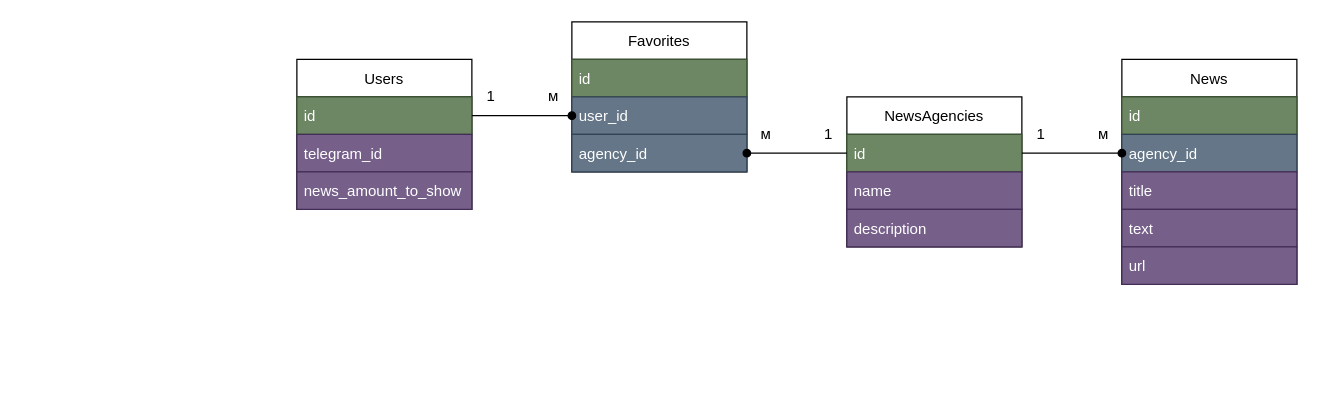
Lockerio/BreakingNews_TelegramBot keeps this draw.io diagram as diagram/db_prototype.drawio. Above is the earlier version. Source tidied: cells renumbered, new cells numbered last; positions are measured from the earlier drawing's top-left corner, leaving out a move shared by most shapes. Both pictures are drawn from the tidied source at 125%, with x=0, y=0 at pixel (296, 21).
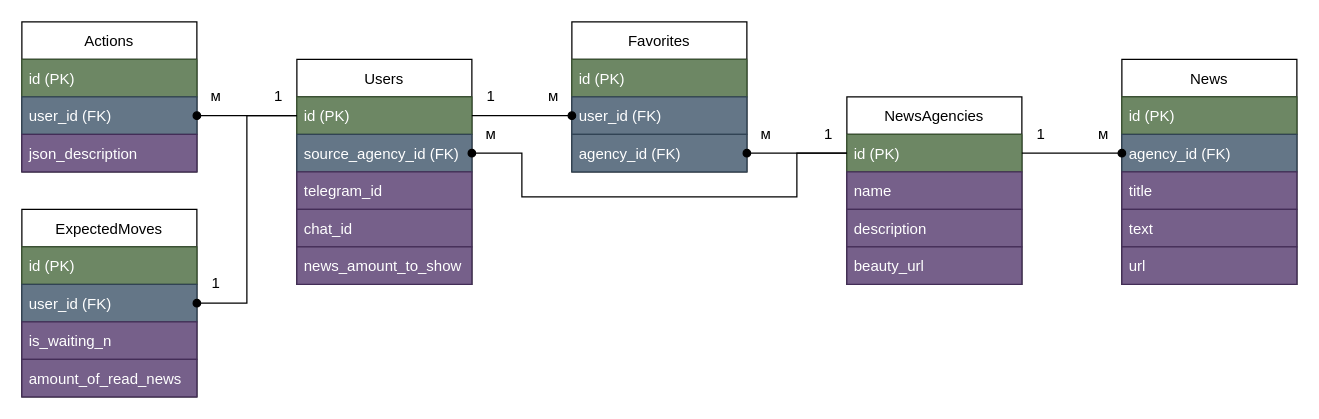
The same diagram, later.

The change refers to these unchanged cells:
```xml
<mxCell id="10" value="Favorites" style="swimlane;fontStyle=0;horizontal=1;startSize=30;" parent="1" vertex="1">
  <mxGeometry x="220" width="140" height="120" as="geometry" />
</mxCell>
<mxCell id="14" value="News" style="swimlane;fontStyle=0;horizontal=1;startSize=30;" parent="1" vertex="1">
  <mxGeometry x="660" y="30" width="140" height="180" as="geometry" />
</mxCell>
```

Change to the diagram source:
```diff
@@
     <mxCell id="2" value="Users" style="swimlane;fontStyle=0;horizontal=1;startSize=30;" parent="1" vertex="1">
-      <mxGeometry y="30" width="140" height="120" as="geometry" />
+      <mxGeometry y="30" width="140" height="180" as="geometry" />
     </mxCell>
-    <mxCell id="3" value="id" style="text;strokeColor=#3A5431;fillColor=#6d8764;align=left;verticalAlign=middle;spacingLeft=4;spacingRight=4;overflow=hidden;points=[[0,0.5],[1,0.5]];portConstraint=eastwest;fontColor=#ffffff;" parent="2" vertex="1">
+    <mxCell id="3" value="id (PK)" style="text;strokeColor=#3A5431;fillColor=#6d8764;align=left;verticalAlign=middle;spacingLeft=4;spacingRight=4;overflow=hidden;points=[[0,0.5],[1,0.5]];portConstraint=eastwest;fontColor=#ffffff;" parent="2" vertex="1">
       <mxGeometry y="30" width="140" height="30" as="geometry" />
     </mxCell>
+    <mxCell id="29" value="source_agency_id (FK)" style="text;strokeColor=#314354;fillColor=#647687;align=left;verticalAlign=middle;spacingLeft=4;spacingRight=4;overflow=hidden;fontColor=#ffffff;" parent="2" vertex="1">
+      <mxGeometry y="60" width="140" height="30" as="geometry" />
+    </mxCell>
     <mxCell id="4" value="telegram_id" style="text;strokeColor=#432D57;fillColor=#76608a;align=left;verticalAlign=middle;spacingLeft=4;spacingRight=4;overflow=hidden;fontColor=#ffffff;" parent="2" vertex="1">
-      <mxGeometry y="60" width="140" height="30" as="geometry" />
+      <mxGeometry y="90" width="140" height="30" as="geometry" />
     </mxCell>
+    <mxCell id="30" value="chat_id" style="text;strokeColor=#432D57;fillColor=#76608a;align=left;verticalAlign=middle;spacingLeft=4;spacingRight=4;overflow=hidden;fontColor=#ffffff;" parent="2" vertex="1">
+      <mxGeometry y="120" width="140" height="30" as="geometry" />
+    </mxCell>
     <mxCell id="5" value="news_amount_to_show" style="text;strokeColor=#432D57;fillColor=#76608a;align=left;verticalAlign=middle;spacingLeft=4;spacingRight=4;overflow=hidden;fontColor=#ffffff;" parent="2" vertex="1">
-      <mxGeometry y="90" width="140" height="30" as="geometry" />
+      <mxGeometry y="150" width="140" height="30" as="geometry" />
     </mxCell>
     <mxCell id="6" value="NewsAgencies" style="swimlane;fontStyle=0;horizontal=1;startSize=30;" parent="1" vertex="1">
-      <mxGeometry x="440" y="60" width="140" height="120" as="geometry" />
+      <mxGeometry x="440" y="60" width="140" height="150" as="geometry" />
     </mxCell>
-    <mxCell id="7" value="id" style="text;strokeColor=#3A5431;fillColor=#6d8764;align=left;verticalAlign=middle;spacingLeft=4;spacingRight=4;overflow=hidden;points=[[0,0.5],[1,0.5]];portConstraint=eastwest;fontColor=#ffffff;" parent="6" vertex="1">
+    <mxCell id="7" value="id (PK)" style="text;strokeColor=#3A5431;fillColor=#6d8764;align=left;verticalAlign=middle;spacingLeft=4;spacingRight=4;overflow=hidden;points=[[0,0.5],[1,0.5]];portConstraint=eastwest;fontColor=#ffffff;" parent="6" vertex="1">
       <mxGeometry y="30" width="140" height="30" as="geometry" />
     </mxCell>
@@
+    <mxCell id="31" value="beauty_url" style="text;strokeColor=#432D57;fillColor=#76608a;align=left;verticalAlign=middle;spacingLeft=4;spacingRight=4;overflow=hidden;fontColor=#ffffff;" parent="6" vertex="1">
+      <mxGeometry y="120" width="140" height="30" as="geometry" />
+    </mxCell>
@@
-    <mxCell id="11" value="id" style="text;strokeColor=#3A5431;fillColor=#6d8764;align=left;verticalAlign=middle;spacingLeft=4;spacingRight=4;overflow=hidden;fontColor=#ffffff;" parent="10" vertex="1">
+    <mxCell id="11" value="id (PK)" style="text;strokeColor=#3A5431;fillColor=#6d8764;align=left;verticalAlign=middle;spacingLeft=4;spacingRight=4;overflow=hidden;fontColor=#ffffff;" parent="10" vertex="1">
       <mxGeometry y="30" width="140" height="30" as="geometry" />
     </mxCell>
-    <mxCell id="12" value="user_id" style="text;strokeColor=#314354;fillColor=#647687;align=left;verticalAlign=middle;spacingLeft=4;spacingRight=4;overflow=hidden;points=[[0,0.5],[1,0.5]];portConstraint=eastwest;fontColor=#ffffff;" parent="10" vertex="1">
+    <mxCell id="12" value="user_id (FK)" style="text;strokeColor=#314354;fillColor=#647687;align=left;verticalAlign=middle;spacingLeft=4;spacingRight=4;overflow=hidden;points=[[0,0.5],[1,0.5]];portConstraint=eastwest;fontColor=#ffffff;" parent="10" vertex="1">
       <mxGeometry y="60" width="140" height="30" as="geometry" />
     </mxCell>
-    <mxCell id="13" value="agency_id" style="text;strokeColor=#314354;fillColor=#647687;align=left;verticalAlign=middle;spacingLeft=4;spacingRight=4;overflow=hidden;points=[[0,0.5],[1,0.5]];portConstraint=eastwest;fontColor=#ffffff;" parent="10" vertex="1">
+    <mxCell id="13" value="agency_id (FK)" style="text;strokeColor=#314354;fillColor=#647687;align=left;verticalAlign=middle;spacingLeft=4;spacingRight=4;overflow=hidden;points=[[0,0.5],[1,0.5]];portConstraint=eastwest;fontColor=#ffffff;" parent="10" vertex="1">
       <mxGeometry y="90" width="140" height="30" as="geometry" />
     </mxCell>
@@
-    <mxCell id="15" value="id" style="text;strokeColor=#3A5431;fillColor=#6d8764;align=left;verticalAlign=middle;spacingLeft=4;spacingRight=4;overflow=hidden;fontColor=#ffffff;" parent="14" vertex="1">
+    <mxCell id="15" value="id (PK)" style="text;strokeColor=#3A5431;fillColor=#6d8764;align=left;verticalAlign=middle;spacingLeft=4;spacingRight=4;overflow=hidden;fontColor=#ffffff;" parent="14" vertex="1">
       <mxGeometry y="30" width="140" height="30" as="geometry" />
     </mxCell>
-    <mxCell id="16" value="agency_id" style="text;strokeColor=#314354;fillColor=#647687;align=left;verticalAlign=middle;spacingLeft=4;spacingRight=4;overflow=hidden;points=[[0,0.5],[1,0.5]];portConstraint=eastwest;fontColor=#ffffff;" parent="14" vertex="1">
+    <mxCell id="16" value="agency_id (FK)" style="text;strokeColor=#314354;fillColor=#647687;align=left;verticalAlign=middle;spacingLeft=4;spacingRight=4;overflow=hidden;points=[[0,0.5],[1,0.5]];portConstraint=eastwest;fontColor=#ffffff;" parent="14" vertex="1">
       <mxGeometry y="60" width="140" height="30" as="geometry" />
     </mxCell>
@@
+    <mxCell id="32" value="Actions" style="swimlane;fontStyle=0;horizontal=1;startSize=30;" parent="1" vertex="1">
+      <mxGeometry x="-220" width="140" height="120" as="geometry" />
+    </mxCell>
+    <mxCell id="33" value="id (PK)" style="text;strokeColor=#3A5431;fillColor=#6d8764;align=left;verticalAlign=middle;spacingLeft=4;spacingRight=4;overflow=hidden;fontColor=#ffffff;" parent="32" vertex="1">
+      <mxGeometry y="30" width="140" height="30" as="geometry" />
+    </mxCell>
+    <mxCell id="34" value="user_id (FK)" style="text;strokeColor=#314354;fillColor=#647687;align=left;verticalAlign=middle;spacingLeft=4;spacingRight=4;overflow=hidden;points=[[0,0.5],[1,0.5]];portConstraint=eastwest;fontColor=#ffffff;" parent="32" vertex="1">
+      <mxGeometry y="60" width="140" height="30" as="geometry" />
+    </mxCell>
+    <mxCell id="35" value="json_description" style="text;strokeColor=#432D57;fillColor=#76608a;align=left;verticalAlign=middle;spacingLeft=4;spacingRight=4;overflow=hidden;fontColor=#ffffff;" parent="32" vertex="1">
+      <mxGeometry y="90" width="140" height="30" as="geometry" />
+    </mxCell>
+    <mxCell id="36" style="edgeStyle=orthogonalEdgeStyle;rounded=0;jettySize=auto;html=1;entryX=1;entryY=0.5;entryDx=0;entryDy=0;endArrow=oval;endFill=1;" parent="1" edge="1" source="3" target="34">
+      <mxGeometry relative="1" as="geometry" />
+    </mxCell>
+    <mxCell id="37" value="1" style="text;html=1;align=center;verticalAlign=middle;strokeColor=none;fillColor=none;" parent="1" vertex="1">
+      <mxGeometry x="-30" y="45" width="30" height="30" as="geometry" />
+    </mxCell>
+    <mxCell id="38" value="м" style="text;html=1;align=center;verticalAlign=middle;strokeColor=none;fillColor=none;" parent="1" vertex="1">
+      <mxGeometry x="-80" y="45" width="30" height="30" as="geometry" />
+    </mxCell>
+    <mxCell id="39" value="ExpectedMoves" style="swimlane;fontStyle=0;horizontal=1;startSize=30;" parent="1" vertex="1">
+      <mxGeometry x="-220" y="150" width="140" height="150" as="geometry" />
+    </mxCell>
+    <mxCell id="40" value="id (PK)" style="text;strokeColor=#3A5431;fillColor=#6d8764;align=left;verticalAlign=middle;spacingLeft=4;spacingRight=4;overflow=hidden;fontColor=#ffffff;" parent="39" vertex="1">
+      <mxGeometry y="30" width="140" height="30" as="geometry" />
+    </mxCell>
+    <mxCell id="41" value="user_id (FK)" style="text;strokeColor=#314354;fillColor=#647687;align=left;verticalAlign=middle;spacingLeft=4;spacingRight=4;overflow=hidden;points=[[0,0.5],[1,0.5]];portConstraint=eastwest;fontColor=#ffffff;" parent="39" vertex="1">
+      <mxGeometry y="60" width="140" height="30" as="geometry" />
+    </mxCell>
+    <mxCell id="42" value="is_waiting_n" style="text;strokeColor=#432D57;fillColor=#76608a;align=left;verticalAlign=middle;spacingLeft=4;spacingRight=4;overflow=hidden;fontColor=#ffffff;" parent="39" vertex="1">
+      <mxGeometry y="90" width="140" height="30" as="geometry" />
+    </mxCell>
+    <mxCell id="43" value="amount_of_read_news" style="text;strokeColor=#432D57;fillColor=#76608a;align=left;verticalAlign=middle;spacingLeft=4;spacingRight=4;overflow=hidden;fontColor=#ffffff;" parent="39" vertex="1">
+      <mxGeometry y="120" width="140" height="30" as="geometry" />
+    </mxCell>
+    <mxCell id="44" style="edgeStyle=orthogonalEdgeStyle;rounded=0;jettySize=auto;html=1;exitX=0;exitY=0.5;exitDx=0;exitDy=0;entryX=1;entryY=0.5;entryDx=0;entryDy=0;endArrow=oval;endFill=1;" parent="1" edge="1" source="3" target="41">
+      <mxGeometry relative="1" as="geometry" />
+    </mxCell>
+    <mxCell id="45" value="1" style="text;html=1;align=center;verticalAlign=middle;strokeColor=none;fillColor=none;" parent="1" vertex="1">
+      <mxGeometry x="-80" y="194" width="30" height="30" as="geometry" />
+    </mxCell>
+    <mxCell id="46" style="edgeStyle=orthogonalEdgeStyle;rounded=0;jettySize=auto;html=1;exitX=0;exitY=0.5;exitDx=0;exitDy=0;endArrow=oval;endFill=1;" parent="1" edge="1" source="7">
+      <mxGeometry relative="1" as="geometry">
+        <mxPoint x="140" y="105" as="targetPoint" />
+        <Array as="points">
+          <mxPoint x="400" y="105" />
+          <mxPoint x="400" y="140" />
+          <mxPoint x="180" y="140" />
+          <mxPoint x="180" y="105" />
+        </Array>
+      </mxGeometry>
+    </mxCell>
+    <mxCell id="47" value="м" style="text;html=1;align=center;verticalAlign=middle;strokeColor=none;fillColor=none;" parent="1" vertex="1">
+      <mxGeometry x="140" y="75" width="30" height="30" as="geometry" />
+    </mxCell>
```
